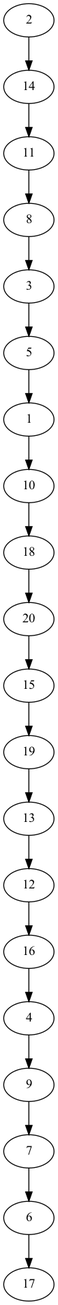
The Graphviz diagram graph2.png in lbrassard/IFT3295-TP1, before a commit. Its source is kept beside it as graph2.gv. Its diagram source:
```dot
digraph G {
	2 -> 14
	14 -> 11
	11 -> 8
	8 -> 3
	3 -> 5
	5 -> 1
	1 -> 10
	10 -> 18
	18 -> 20
	20 -> 15
	15 -> 19
	19 -> 13
	13 -> 12
	12 -> 16
	16 -> 4
	4 -> 9
	9 -> 7
	7 -> 6
	6 -> 17
}
```
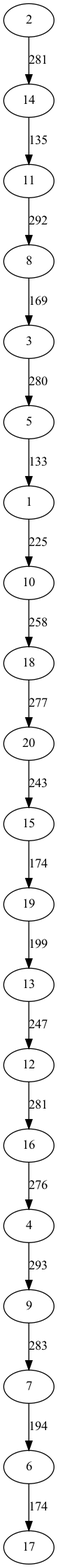
After the commit.

Diff of the diagram source:
```diff
@@ -1,21 +1,21 @@
 digraph G {
-	2 -> 14
-	14 -> 11
-	11 -> 8
-	8 -> 3
-	3 -> 5
-	5 -> 1
-	1 -> 10
-	10 -> 18
-	18 -> 20
-	20 -> 15
-	15 -> 19
-	19 -> 13
-	13 -> 12
-	12 -> 16
-	16 -> 4
-	4 -> 9
-	9 -> 7
-	7 -> 6
-	6 -> 17
+	2 -> 14 [label=281]
+	14 -> 11 [label=135]
+	11 -> 8 [label=292]
+	8 -> 3 [label=169]
+	3 -> 5 [label=280]
+	5 -> 1 [label=133]
+	1 -> 10 [label=225]
+	10 -> 18 [label=258]
+	18 -> 20 [label=277]
+	20 -> 15 [label=243]
+	15 -> 19 [label=174]
+	19 -> 13 [label=199]
+	13 -> 12 [label=247]
+	12 -> 16 [label=281]
+	16 -> 4 [label=276]
+	4 -> 9 [label=293]
+	9 -> 7 [label=283]
+	7 -> 6 [label=194]
+	6 -> 17 [label=174]
 }
```
